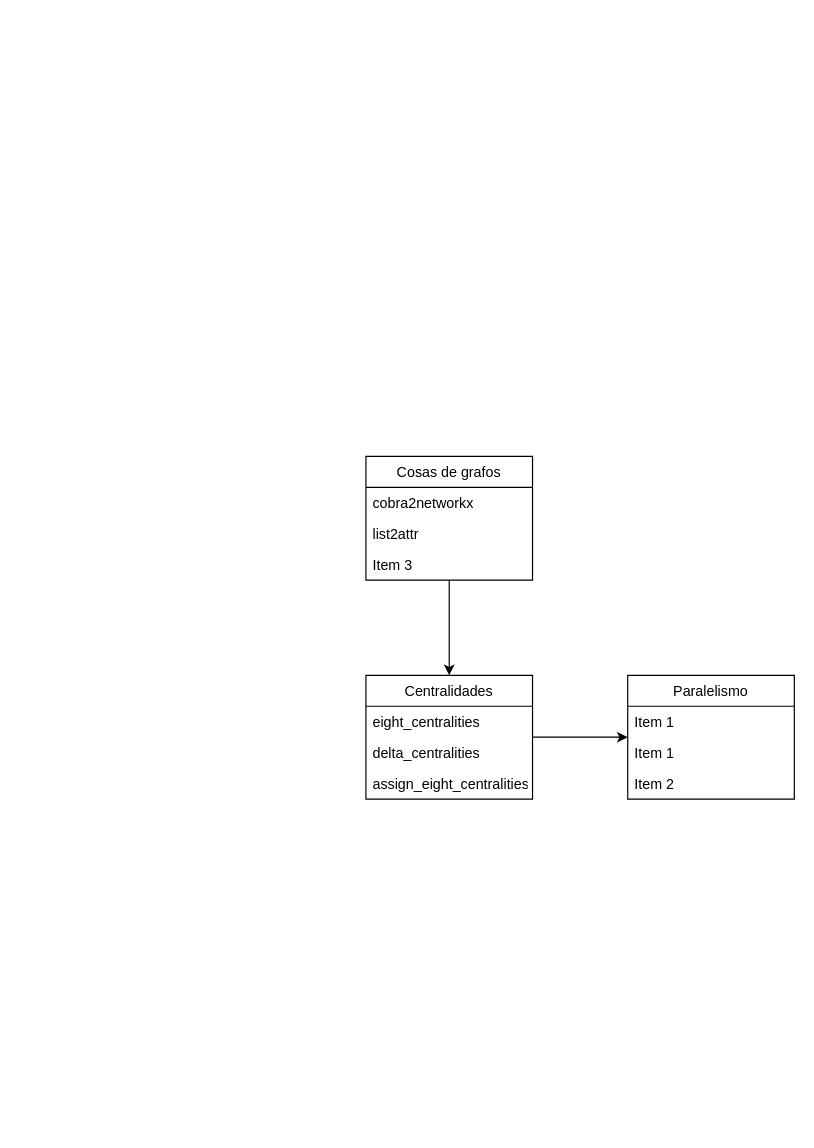
Above: page "Page-2" (1 of 2) of Python/pizarra.dio in DeepenData/NAMU2021b_old (draw.io), before the change. Source tidied: cells renumbered, new cells numbered last; positions are measured from the earlier drawing's top-left corner, leaving out a move shared by most shapes. Both pictures are drawn from the tidied source at 119%, with x=0, y=0 at pixel (365, 456).
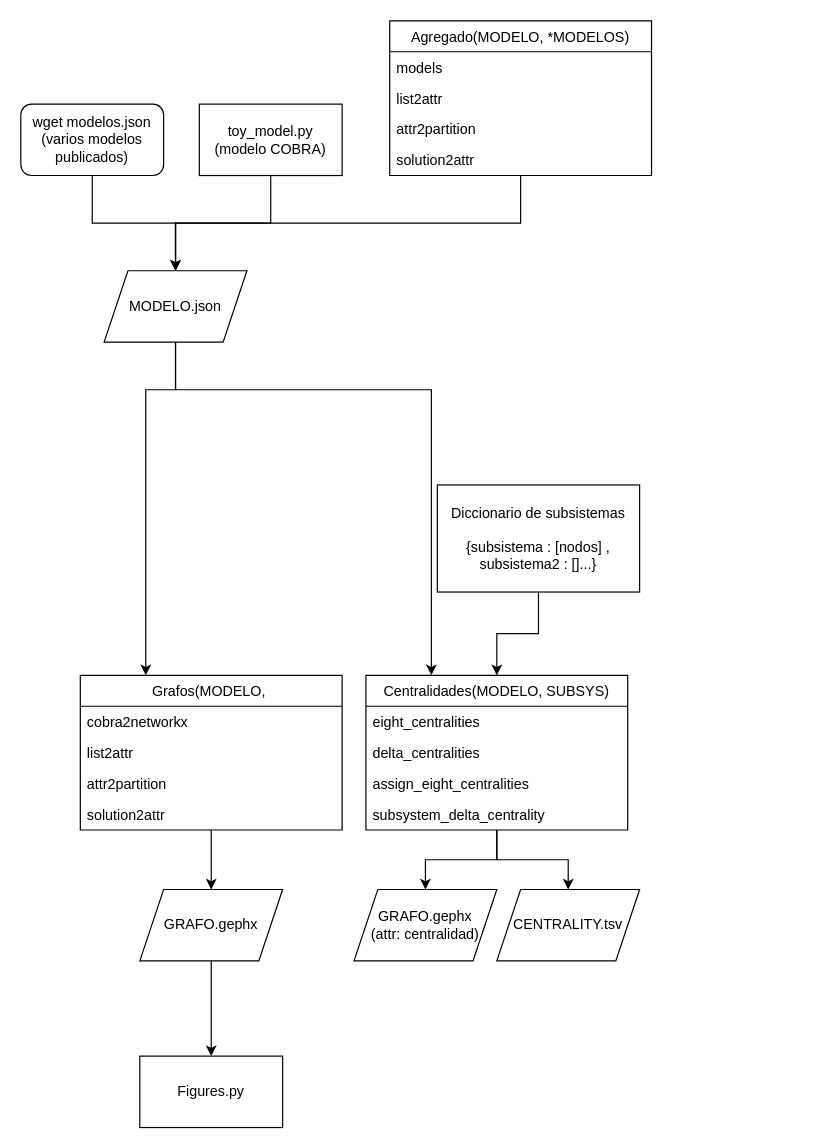
The same diagram, later.

What changed in the source:
```diff
@@
-    <mxCell id="2" style="edgeStyle=orthogonalEdgeStyle;rounded=0;jettySize=auto;html=1;" parent="1" edge="1" source="3" target="8">
-      <mxGeometry relative="1" as="geometry" />
-    </mxCell>
-    <mxCell id="3" value="Cosas de grafos" style="swimlane;fontStyle=0;horizontal=1;startSize=26;fillColor=none;" parent="1" vertex="1">
-      <mxGeometry width="140" height="104" as="geometry" />
-    </mxCell>
-    <mxCell id="4" value="cobra2networkx" style="text;strokeColor=none;fillColor=none;align=left;verticalAlign=top;spacingLeft=4;spacingRight=4;overflow=hidden;" parent="3" vertex="1">
-      <mxGeometry y="26" width="140" height="26" as="geometry" />
-    </mxCell>
-    <mxCell id="5" value="list2attr" style="text;strokeColor=none;fillColor=none;align=left;verticalAlign=top;spacingLeft=4;spacingRight=4;overflow=hidden;" parent="3" vertex="1">
-      <mxGeometry y="52" width="140" height="26" as="geometry" />
-    </mxCell>
-    <mxCell id="6" value="Item 3" style="text;strokeColor=none;fillColor=none;align=left;verticalAlign=top;spacingLeft=4;spacingRight=4;overflow=hidden;" parent="3" vertex="1">
-      <mxGeometry y="78" width="140" height="26" as="geometry" />
-    </mxCell>
-    <mxCell id="7" style="edgeStyle=orthogonalEdgeStyle;rounded=0;jettySize=auto;html=1;" parent="1" edge="1" source="8" target="12">
-      <mxGeometry relative="1" as="geometry" />
-    </mxCell>
+    <mxCell id="16" style="edgeStyle=orthogonalEdgeStyle;rounded=0;jettySize=auto;html=1;" parent="1" edge="1" source="8" target="35">
+      <mxGeometry relative="1" as="geometry" />
+    </mxCell>
-    <mxCell id="8" value="Centralidades" style="swimlane;fontStyle=0;horizontal=1;startSize=26;fillColor=none;" parent="1" vertex="1">
-      <mxGeometry y="184" width="140" height="104" as="geometry" />
+    <mxCell id="8" value="Centralidades(MODELO, SUBSYS)" style="swimlane;fontStyle=0;horizontal=1;startSize=26;fillColor=none;" parent="1" vertex="1">
+      <mxGeometry y="184" width="220" height="130" as="geometry" />
     </mxCell>
     <mxCell id="9" value="eight_centralities" style="text;strokeColor=none;fillColor=none;align=left;verticalAlign=top;spacingLeft=4;spacingRight=4;overflow=hidden;" parent="8" vertex="1">
-      <mxGeometry y="26" width="140" height="26" as="geometry" />
+      <mxGeometry y="26" width="220" height="26" as="geometry" />
     </mxCell>
     <mxCell id="10" value="delta_centralities" style="text;strokeColor=none;fillColor=none;align=left;verticalAlign=top;spacingLeft=4;spacingRight=4;overflow=hidden;" parent="8" vertex="1">
-      <mxGeometry y="52" width="140" height="26" as="geometry" />
+      <mxGeometry y="52" width="220" height="26" as="geometry" />
     </mxCell>
+    <mxCell id="17" value="assign_eight_centralities" style="text;strokeColor=none;fillColor=none;align=left;verticalAlign=top;spacingLeft=4;spacingRight=4;overflow=hidden;" parent="8" vertex="1">
+      <mxGeometry y="78" width="220" height="26" as="geometry" />
+    </mxCell>
-    <mxCell id="11" value="assign_eight_centralities" style="text;strokeColor=none;fillColor=none;align=left;verticalAlign=top;spacingLeft=4;spacingRight=4;overflow=hidden;" parent="8" vertex="1">
-      <mxGeometry y="78" width="140" height="26" as="geometry" />
+    <mxCell id="11" value="subsystem_delta_centrality" style="text;strokeColor=none;fillColor=none;align=left;verticalAlign=top;spacingLeft=4;spacingRight=4;overflow=hidden;" parent="8" vertex="1">
+      <mxGeometry y="104" width="220" height="26" as="geometry" />
     </mxCell>
-    <mxCell id="12" value="Paralelismo" style="swimlane;fontStyle=0;horizontal=1;startSize=26;fillColor=none;" parent="1" vertex="1">
-      <mxGeometry x="220" y="184" width="140" height="104" as="geometry" />
-    </mxCell>
-    <mxCell id="13" value="Item 1" style="text;strokeColor=none;fillColor=none;align=left;verticalAlign=top;spacingLeft=4;spacingRight=4;overflow=hidden;" parent="12" vertex="1">
-      <mxGeometry y="26" width="140" height="26" as="geometry" />
-    </mxCell>
-    <mxCell id="14" value="Item 1" style="text;strokeColor=none;fillColor=none;align=left;verticalAlign=top;spacingLeft=4;spacingRight=4;overflow=hidden;" parent="12" vertex="1">
-      <mxGeometry y="52" width="140" height="26" as="geometry" />
-    </mxCell>
-    <mxCell id="15" value="Item 2" style="text;strokeColor=none;fillColor=none;align=left;verticalAlign=top;spacingLeft=4;spacingRight=4;overflow=hidden;" parent="12" vertex="1">
-      <mxGeometry y="78" width="140" height="26" as="geometry" />
-    </mxCell>
+    <mxCell id="18" style="edgeStyle=orthogonalEdgeStyle;rounded=0;jettySize=auto;html=1;exitX=0.5;exitY=1;exitDx=0;exitDy=0;" parent="1" edge="1" source="19" target="29">
+      <mxGeometry relative="1" as="geometry" />
+    </mxCell>
+    <mxCell id="19" value="toy_model.py&lt;br&gt;(modelo COBRA)" style="whiteSpace=wrap;html=1;fontStyle=0;fillColor=none;startSize=26;" parent="1" vertex="1">
+      <mxGeometry x="-140" y="-296" width="120" height="60" as="geometry" />
+    </mxCell>
+    <mxCell id="20" style="edgeStyle=orthogonalEdgeStyle;rounded=0;jettySize=auto;html=1;" parent="1" edge="1" source="21" target="31">
+      <mxGeometry relative="1" as="geometry" />
+    </mxCell>
+    <mxCell id="21" value="Grafos(MODELO, " style="swimlane;fontStyle=0;horizontal=1;startSize=26;fillColor=none;" parent="1" vertex="1">
+      <mxGeometry x="-240" y="184" width="220" height="130" as="geometry" />
+    </mxCell>
+    <mxCell id="4" value="cobra2networkx" style="text;strokeColor=none;fillColor=none;align=left;verticalAlign=top;spacingLeft=4;spacingRight=4;overflow=hidden;" parent="21" vertex="1">
+      <mxGeometry y="26" width="220" height="26" as="geometry" />
+    </mxCell>
+    <mxCell id="22" value="list2attr" style="text;strokeColor=none;fillColor=none;align=left;verticalAlign=top;spacingLeft=4;spacingRight=4;overflow=hidden;" parent="21" vertex="1">
+      <mxGeometry y="52" width="220" height="26" as="geometry" />
+    </mxCell>
+    <mxCell id="23" value="attr2partition" style="text;strokeColor=none;fillColor=none;align=left;verticalAlign=top;spacingLeft=4;spacingRight=4;overflow=hidden;" parent="21" vertex="1">
+      <mxGeometry y="78" width="220" height="26" as="geometry" />
+    </mxCell>
+    <mxCell id="24" value="solution2attr" style="text;strokeColor=none;fillColor=none;align=left;verticalAlign=top;spacingLeft=4;spacingRight=4;overflow=hidden;" parent="21" vertex="1">
+      <mxGeometry y="104" width="220" height="26" as="geometry" />
+    </mxCell>
+    <mxCell id="25" style="edgeStyle=orthogonalEdgeStyle;rounded=0;jettySize=auto;html=1;exitX=0.5;exitY=1;exitDx=0;exitDy=0;" parent="1" edge="1" source="26" target="29">
+      <mxGeometry relative="1" as="geometry" />
+    </mxCell>
+    <mxCell id="26" value="wget modelos.json&lt;br&gt;(varios modelos&lt;br&gt;publicados)" style="rounded=1;whiteSpace=wrap;html=1;" parent="1" vertex="1">
+      <mxGeometry x="-290" y="-296" width="120" height="60" as="geometry" />
+    </mxCell>
+    <mxCell id="27" style="edgeStyle=orthogonalEdgeStyle;rounded=0;jettySize=auto;html=1;exitX=0.5;exitY=1;exitDx=0;exitDy=0;entryX=0.25;entryY=0;entryDx=0;entryDy=0;" parent="1" edge="1" source="29" target="21">
+      <mxGeometry relative="1" as="geometry">
+        <Array as="points">
+          <mxPoint x="-160" y="-56" />
+          <mxPoint x="-185" y="-56" />
+        </Array>
+      </mxGeometry>
+    </mxCell>
+    <mxCell id="28" style="edgeStyle=orthogonalEdgeStyle;rounded=0;jettySize=auto;html=1;exitX=0.5;exitY=1;exitDx=0;exitDy=0;entryX=0.25;entryY=0;entryDx=0;entryDy=0;" parent="1" edge="1" source="29" target="8">
+      <mxGeometry relative="1" as="geometry">
+        <Array as="points">
+          <mxPoint x="-160" y="-56" />
+          <mxPoint x="55" y="-56" />
+        </Array>
+      </mxGeometry>
+    </mxCell>
+    <mxCell id="29" value="MODELO.json" style="shape=parallelogram;perimeter=parallelogramPerimeter;whiteSpace=wrap;html=1;fixedSize=1;" parent="1" vertex="1">
+      <mxGeometry x="-220" y="-156" width="120" height="60" as="geometry" />
+    </mxCell>
+    <mxCell id="30" style="edgeStyle=orthogonalEdgeStyle;rounded=0;jettySize=auto;html=1;" parent="1" edge="1" source="31" target="43">
+      <mxGeometry relative="1" as="geometry" />
+    </mxCell>
+    <mxCell id="31" value="GRAFO.gephx" style="shape=parallelogram;perimeter=parallelogramPerimeter;whiteSpace=wrap;html=1;fixedSize=1;fontStyle=0;fillColor=none;startSize=26;" parent="1" vertex="1">
+      <mxGeometry x="-190" y="364" width="120" height="60" as="geometry" />
+    </mxCell>
+    <mxCell id="32" value="CENTRALITY.tsv" style="shape=parallelogram;perimeter=parallelogramPerimeter;whiteSpace=wrap;html=1;fixedSize=1;fontStyle=0;fillColor=none;startSize=26;" parent="1" vertex="1">
+      <mxGeometry x="110" y="364" width="120" height="60" as="geometry" />
+    </mxCell>
+    <mxCell id="33" style="edgeStyle=orthogonalEdgeStyle;rounded=0;jettySize=auto;html=1;exitX=0.5;exitY=1;exitDx=0;exitDy=0;" parent="1" edge="1" source="34" target="8">
+      <mxGeometry relative="1" as="geometry" />
+    </mxCell>
+    <mxCell id="34" value="Diccionario de subsistemas&lt;br&gt;&lt;br&gt;{subsistema : [nodos] ,&lt;br&gt;subsistema2 : []...}" style="rounded=0;whiteSpace=wrap;html=1;" parent="1" vertex="1">
+      <mxGeometry x="60" y="24" width="170" height="90" as="geometry" />
+    </mxCell>
+    <mxCell id="35" value="GRAFO.gephx&lt;br&gt;(attr: centralidad)" style="shape=parallelogram;perimeter=parallelogramPerimeter;whiteSpace=wrap;html=1;fixedSize=1;fontStyle=0;fillColor=none;startSize=26;" parent="1" vertex="1">
+      <mxGeometry x="-10" y="364" width="120" height="60" as="geometry" />
+    </mxCell>
+    <mxCell id="36" style="edgeStyle=orthogonalEdgeStyle;rounded=0;jettySize=auto;html=1;entryX=0.5;entryY=0;entryDx=0;entryDy=0;" parent="1" edge="1" source="8" target="32">
+      <mxGeometry relative="1" as="geometry" />
+    </mxCell>
+    <mxCell id="37" value="Agregado(MODELO, *MODELOS)" style="swimlane;fontStyle=0;horizontal=1;startSize=26;fillColor=none;" parent="1" vertex="1">
+      <mxGeometry x="20" y="-366" width="220" height="130" as="geometry" />
+    </mxCell>
+    <mxCell id="38" value="models" style="text;strokeColor=none;fillColor=none;align=left;verticalAlign=top;spacingLeft=4;spacingRight=4;overflow=hidden;" parent="37" vertex="1">
+      <mxGeometry y="26" width="220" height="26" as="geometry" />
+    </mxCell>
+    <mxCell id="39" value="list2attr" style="text;strokeColor=none;fillColor=none;align=left;verticalAlign=top;spacingLeft=4;spacingRight=4;overflow=hidden;" parent="37" vertex="1">
+      <mxGeometry y="52" width="220" height="26" as="geometry" />
+    </mxCell>
+    <mxCell id="40" value="attr2partition" style="text;strokeColor=none;fillColor=none;align=left;verticalAlign=top;spacingLeft=4;spacingRight=4;overflow=hidden;" parent="37" vertex="1">
+      <mxGeometry y="78" width="220" height="26" as="geometry" />
+    </mxCell>
+    <mxCell id="41" value="solution2attr" style="text;strokeColor=none;fillColor=none;align=left;verticalAlign=top;spacingLeft=4;spacingRight=4;overflow=hidden;" parent="37" vertex="1">
+      <mxGeometry y="104" width="220" height="26" as="geometry" />
+    </mxCell>
+    <mxCell id="42" style="endArrow=none;html=1;edgeStyle=orthogonalEdgeStyle;rounded=0;" parent="1" edge="1" source="37" target="29">
+      <mxGeometry relative="1" as="geometry">
+        <Array as="points">
+          <mxPoint x="130" y="-196" />
+          <mxPoint x="-160" y="-196" />
+        </Array>
+      </mxGeometry>
+    </mxCell>
+    <mxCell id="43" value="Figures.py" style="whiteSpace=wrap;html=1;fontStyle=0;fillColor=none;startSize=26;" parent="1" vertex="1">
+      <mxGeometry x="-190" y="504" width="120" height="60" as="geometry" />
+    </mxCell>
```
